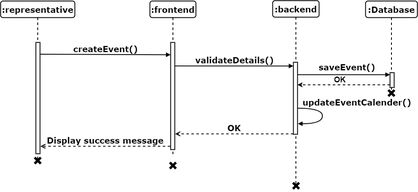
This is 21 - Sequence Diagram/5 - Post Event Sequence Diagram.drawio.png from muhammadahsanmirza/fyp-constituency-connect, a draw.io export, as it was before one commit. Source tidied: cells renumbered, new cells last; positions are measured from the earlier drawing's top-left corner, leaving out a move shared by most shapes.
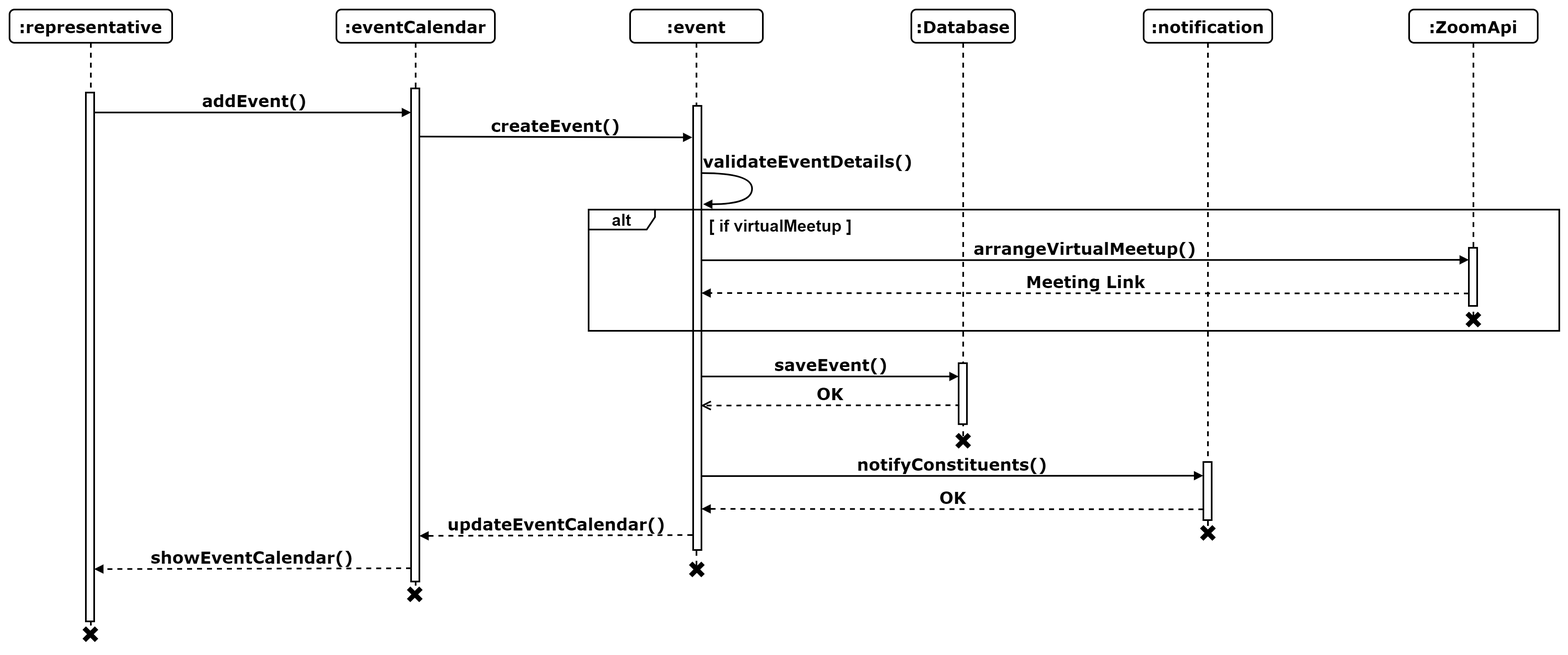
After the change.

The edit, as a diff of the source:
```diff
@@ -2,103 +2,142 @@
   <root>
     <mxCell id="0" />
     <mxCell id="1" parent="0" />
-    <mxCell id="2" value="createEvent()" style="html=1;verticalAlign=bottom;endArrow=block;entryX=0;entryY=0;labelBackgroundColor=none;fontFamily=Verdana;fontSize=20;edgeStyle=elbowEdgeStyle;elbow=vertical;strokeWidth=2;fontStyle=1;exitX=1.049;exitY=0.106;exitDx=0;exitDy=0;exitPerimeter=0;" parent="1" edge="1" source="10">
-      <mxGeometry relative="1" as="geometry">
-        <mxPoint x="410" y="131" as="targetPoint" />
-      </mxGeometry>
+    <mxCell id="2" value=":representative" style="shape=umlLifeline;perimeter=lifelinePerimeter;whiteSpace=wrap;html=1;rounded=1;shadow=0;comic=0;labelBackgroundColor=none;strokeWidth=2;fontFamily=Verdana;fontSize=20;align=center;fontStyle=1;" parent="1" vertex="1">
+      <mxGeometry x="1710" y="487" width="196" height="755" as="geometry" />
     </mxCell>
-    <mxCell id="3" value=":frontend" style="shape=umlLifeline;perimeter=lifelinePerimeter;whiteSpace=wrap;html=1;outlineConnect=0;rounded=1;shadow=0;comic=0;labelBackgroundColor=none;strokeWidth=2;fontFamily=Verdana;fontSize=20;align=center;fontStyle=1;" parent="1" vertex="1">
-      <mxGeometry x="360" y="1" width="111" height="375" as="geometry" />
+    <mxCell id="3" style="html=1;points=[];perimeter=orthogonalPerimeter;rounded=0;shadow=0;comic=0;labelBackgroundColor=none;strokeWidth=2;fontFamily=Verdana;fontSize=20;align=center;fontStyle=1;whiteSpace=wrap;" parent="2" vertex="1">
+      <mxGeometry x="92" y="100" width="10" height="637" as="geometry" />
     </mxCell>
-    <mxCell id="4" style="html=1;points=[];perimeter=orthogonalPerimeter;rounded=0;shadow=0;comic=0;labelBackgroundColor=none;strokeWidth=2;fontFamily=Verdana;fontSize=20;align=center;fontStyle=1;whiteSpace=wrap;" parent="3" vertex="1">
-      <mxGeometry x="50" y="100" width="10" height="259" as="geometry" />
+    <mxCell id="4" value=":eventCalendar" style="shape=umlLifeline;perimeter=lifelinePerimeter;whiteSpace=wrap;html=1;outlineConnect=0;rounded=1;shadow=0;comic=0;labelBackgroundColor=none;strokeWidth=2;fontFamily=Verdana;fontSize=20;align=center;fontStyle=1;" parent="1" vertex="1">
+      <mxGeometry x="2104" y="487" width="191" height="705" as="geometry" />
     </mxCell>
-    <mxCell id="5" value=":backend" style="shape=umlLifeline;perimeter=lifelinePerimeter;whiteSpace=wrap;html=1;rounded=1;shadow=0;comic=0;labelBackgroundColor=none;strokeWidth=2;fontFamily=Verdana;fontSize=20;align=center;fontStyle=1;" parent="1" vertex="1">
-      <mxGeometry x="656" width="112" height="447" as="geometry" />
+    <mxCell id="5" style="html=1;perimeter=orthogonalPerimeter;rounded=0;shadow=0;comic=0;labelBackgroundColor=none;strokeWidth=2;fontFamily=Verdana;fontSize=20;align=center;fontStyle=1;whiteSpace=wrap;" parent="4" vertex="1">
+      <mxGeometry x="90" y="95" width="10" height="594" as="geometry" />
     </mxCell>
-    <mxCell id="6" style="html=1;perimeter=orthogonalPerimeter;rounded=0;shadow=0;comic=0;labelBackgroundColor=none;strokeWidth=2;fontFamily=Verdana;fontSize=20;align=center;fontStyle=1;whiteSpace=wrap;" parent="5" vertex="1">
-      <mxGeometry x="50" y="149" width="10" height="174" as="geometry" />
+    <mxCell id="6" value="addEvent()" style="html=1;verticalAlign=bottom;endArrow=block;labelBackgroundColor=none;fontFamily=Verdana;fontSize=20;edgeStyle=elbowEdgeStyle;elbow=vertical;strokeWidth=2;fontStyle=1;" parent="1" edge="1" source="3">
+      <mxGeometry relative="1" as="geometry">
+        <mxPoint x="2194" y="610" as="targetPoint" />
+      </mxGeometry>
     </mxCell>
-    <mxCell id="7" value="validateDetails()" style="html=1;verticalAlign=bottom;endArrow=block;labelBackgroundColor=none;fontFamily=Verdana;fontSize=20;edgeStyle=elbowEdgeStyle;elbow=vertical;strokeWidth=2;fontStyle=1;exitX=0.961;exitY=0.818;exitDx=0;exitDy=0;exitPerimeter=0;" parent="5" edge="1">
+    <mxCell id="7" value="notifyConstituents()" style="html=1;verticalAlign=bottom;endArrow=block;labelBackgroundColor=none;fontFamily=Verdana;fontSize=20;edgeStyle=elbowEdgeStyle;elbow=vertical;strokeWidth=2;fontStyle=1;entryX=-0.02;entryY=0.263;entryDx=0;entryDy=0;entryPerimeter=0;" parent="1" edge="1">
       <mxGeometry relative="1" as="geometry">
-        <mxPoint x="-236.4" y="157.9" as="sourcePoint" />
-        <mxPoint x="50" y="157" as="targetPoint" />
+        <mxPoint x="2544" y="1049" as="sourcePoint" />
+        <mxPoint x="3148.8" y="1050.4" as="targetPoint" />
       </mxGeometry>
     </mxCell>
-    <mxCell id="8" value=":Database" style="shape=umlLifeline;perimeter=lifelinePerimeter;whiteSpace=wrap;html=1;rounded=1;shadow=0;comic=0;labelBackgroundColor=none;strokeWidth=2;fontFamily=Verdana;fontSize=20;align=center;fontStyle=1;" parent="1" vertex="1">
-      <mxGeometry x="880" y="1" width="125" height="214" as="geometry" />
+    <mxCell id="8" value="OK" style="html=1;verticalAlign=bottom;endArrow=open;dashed=1;endSize=8;labelBackgroundColor=none;fontFamily=Verdana;fontSize=20;edgeStyle=elbowEdgeStyle;elbow=vertical;strokeWidth=2;fontStyle=1;exitX=0.215;exitY=0.843;exitDx=0;exitDy=0;exitPerimeter=0;entryX=0.916;entryY=0.866;entryDx=0;entryDy=0;entryPerimeter=0;" parent="1" edge="1">
+      <mxGeometry relative="1" as="geometry">
+        <mxPoint x="2856.1" y="963.6" as="sourcePoint" />
+        <mxPoint x="2543.2" y="964.1" as="targetPoint" />
+        <Array as="points">
+          <mxPoint x="2698" y="964" />
+        </Array>
+      </mxGeometry>
     </mxCell>
-    <mxCell id="9" value=":representative" style="shape=umlLifeline;perimeter=lifelinePerimeter;whiteSpace=wrap;html=1;rounded=1;shadow=0;comic=0;labelBackgroundColor=none;strokeWidth=2;fontFamily=Verdana;fontSize=20;align=center;fontStyle=1;" parent="1" vertex="1">
-      <mxGeometry y="1" width="179" height="381" as="geometry" />
+    <mxCell id="9" value=":event" style="shape=umlLifeline;perimeter=lifelinePerimeter;whiteSpace=wrap;html=1;rounded=1;shadow=0;comic=0;labelBackgroundColor=none;strokeWidth=2;fontFamily=Verdana;fontSize=20;align=center;fontStyle=1;" parent="1" vertex="1">
+      <mxGeometry x="2458" y="487" width="160" height="676" as="geometry" />
     </mxCell>
     <mxCell id="10" style="html=1;points=[];perimeter=orthogonalPerimeter;rounded=0;shadow=0;comic=0;labelBackgroundColor=none;strokeWidth=2;fontFamily=Verdana;fontSize=20;align=center;fontStyle=1;whiteSpace=wrap;" parent="9" vertex="1">
-      <mxGeometry x="85" y="100" width="10" height="269" as="geometry" />
+      <mxGeometry x="76" y="116" width="10" height="535" as="geometry" />
     </mxCell>
-    <mxCell id="11" style="html=1;perimeter=orthogonalPerimeter;rounded=0;shadow=0;comic=0;labelBackgroundColor=none;strokeWidth=2;fontFamily=Verdana;fontSize=20;align=center;fontStyle=1;whiteSpace=wrap;" parent="1" vertex="1">
-      <mxGeometry x="939" y="174" width="10" height="36" as="geometry" />
+    <mxCell id="11" value="saveEvent()" style="html=1;verticalAlign=bottom;endArrow=block;labelBackgroundColor=none;fontFamily=Verdana;fontSize=20;edgeStyle=elbowEdgeStyle;elbow=horizontal;strokeWidth=2;fontStyle=1;" parent="1" edge="1">
+      <mxGeometry relative="1" as="geometry">
+        <mxPoint x="2545" y="929" as="sourcePoint" />
+        <mxPoint x="2854" y="929" as="targetPoint" />
+        <Array as="points">
+          <mxPoint x="2709" y="929" />
+        </Array>
+      </mxGeometry>
     </mxCell>
-    <mxCell id="12" value="saveEvent()" style="html=1;verticalAlign=bottom;endArrow=block;labelBackgroundColor=none;fontFamily=Verdana;fontSize=20;edgeStyle=elbowEdgeStyle;elbow=vertical;strokeWidth=2;fontStyle=1;" parent="1" edge="1">
-      <mxGeometry x="0.06" y="4" relative="1" as="geometry">
-        <mxPoint x="716" y="179" as="sourcePoint" />
-        <mxPoint x="939" y="179" as="targetPoint" />
-        <Array as="points">
-          <mxPoint x="878" y="179" />
-        </Array>
-      </mxGeometry>
+    <mxCell id="12" value=":notification" style="shape=umlLifeline;perimeter=lifelinePerimeter;whiteSpace=wrap;html=1;rounded=1;shadow=0;comic=0;labelBackgroundColor=none;strokeWidth=2;fontFamily=Verdana;fontSize=20;align=center;fontStyle=1;" parent="1" vertex="1">
+      <mxGeometry x="3077" y="487" width="155" height="632" as="geometry" />
     </mxCell>
-    <mxCell id="13" style="shape=cross;whiteSpace=wrap;html=1;fillColor=#000000;rotation=45;strokeWidth=2;fontSize=20;" parent="1" vertex="1">
-      <mxGeometry x="406" y="389" width="19" height="19" as="geometry" />
+    <mxCell id="13" style="group;" parent="1" vertex="1">
+      <mxGeometry x="2797" y="487" width="125" height="522" as="geometry" />
     </mxCell>
-    <mxCell id="14" style="shape=cross;whiteSpace=wrap;html=1;fillColor=#000000;rotation=45;strokeWidth=2;fontSize=20;" parent="1" vertex="1">
-      <mxGeometry x="80" y="377" width="19" height="19" as="geometry" />
+    <mxCell id="14" value=":Database" style="shape=umlLifeline;perimeter=lifelinePerimeter;whiteSpace=wrap;html=1;rounded=1;shadow=0;comic=0;labelBackgroundColor=none;strokeWidth=2;fontFamily=Verdana;fontSize=20;align=center;fontStyle=1;" parent="13" vertex="1">
+      <mxGeometry width="125" height="522" as="geometry" />
     </mxCell>
-    <mxCell id="15" style="shape=cross;whiteSpace=wrap;html=1;fillColor=#000000;rotation=45;strokeWidth=2;fontSize=20;" parent="1" vertex="1">
-      <mxGeometry x="932.9" y="213.9" width="19" height="19" as="geometry" />
+    <mxCell id="15" style="html=1;perimeter=orthogonalPerimeter;rounded=0;shadow=0;comic=0;labelBackgroundColor=none;strokeWidth=2;fontFamily=Verdana;fontSize=20;align=center;fontStyle=1;whiteSpace=wrap;" parent="13" vertex="1">
+      <mxGeometry x="57" y="426" width="10" height="73.4" as="geometry" />
     </mxCell>
-    <mxCell id="16" style="shape=cross;whiteSpace=wrap;html=1;fillColor=#000000;rotation=45;strokeWidth=2;fontSize=20;" parent="1" vertex="1">
-      <mxGeometry x="702.9" y="437.9" width="19" height="19" as="geometry" />
+    <mxCell id="16" style="html=1;perimeter=orthogonalPerimeter;rounded=0;shadow=0;comic=0;labelBackgroundColor=none;strokeWidth=2;fontFamily=Verdana;fontSize=20;align=center;fontStyle=1;whiteSpace=wrap;" parent="1" vertex="1">
+      <mxGeometry x="3149" y="1032" width="10" height="70" as="geometry" />
     </mxCell>
-    <mxCell id="17" style="group;" parent="1" vertex="1">
-      <mxGeometry x="716" y="174" width="223" height="35" as="geometry" />
+    <mxCell id="17" value="createEvent()" style="html=1;verticalAlign=bottom;endArrow=block;labelBackgroundColor=none;fontFamily=Verdana;fontSize=20;edgeStyle=elbowEdgeStyle;elbow=vertical;strokeWidth=2;fontStyle=1;" parent="1" edge="1">
+      <mxGeometry relative="1" as="geometry">
+        <mxPoint x="2204" y="640" as="sourcePoint" />
+        <mxPoint x="2533" y="640" as="targetPoint" />
+      </mxGeometry>
     </mxCell>
-    <mxCell id="18" style="edgeStyle=orthogonalEdgeStyle;rounded=0;orthogonalLoop=1;jettySize=auto;html=1;entryX=1;entryY=0.259;entryDx=0;entryDy=0;entryPerimeter=0;strokeWidth=2;dashed=1;" parent="17" edge="1">
-      <mxGeometry relative="1" as="geometry">
-        <mxPoint x="223" y="29.4" as="sourcePoint" />
-        <mxPoint y="29.4" as="targetPoint" />
+    <mxCell id="18" value="validateEventDetails()" style="html=1;verticalAlign=bottom;endArrow=block;labelBackgroundColor=none;fontFamily=Verdana;fontSize=20;elbow=vertical;edgeStyle=orthogonalEdgeStyle;curved=1;exitX=1;exitY=0.14;exitPerimeter=0;strokeWidth=2;fontStyle=1;exitDx=0;exitDy=0;entryX=1.099;entryY=0.303;entryDx=0;entryDy=0;entryPerimeter=0;" parent="1" edge="1">
+      <mxGeometry x="-0.23" y="67" relative="1" as="geometry">
+        <mxPoint x="2545" y="684" as="sourcePoint" />
+        <mxPoint x="2546" y="721.5" as="targetPoint" />
         <Array as="points">
-          <mxPoint x="112" y="29" />
+          <mxPoint x="2605" y="683.8" />
+          <mxPoint x="2605" y="721.8" />
         </Array>
       </mxGeometry>
     </mxCell>
-    <mxCell id="19" value="&lt;b&gt;&lt;font style=&quot;font-size: 19px;&quot;&gt;OK&lt;/font&gt;&lt;/b&gt;" style="text;html=1;align=center;verticalAlign=middle;strokeColor=none;fillColor=none;" parent="17" vertex="1">
-      <mxGeometry x="78" width="47" height="35" as="geometry" />
+    <mxCell id="19" value="OK" style="html=1;verticalAlign=bottom;endArrow=block;labelBackgroundColor=none;fontFamily=Verdana;fontSize=20;edgeStyle=elbowEdgeStyle;elbow=vertical;strokeWidth=2;fontStyle=1;entryX=-0.02;entryY=0.263;entryDx=0;entryDy=0;entryPerimeter=0;dashed=1;" parent="1" edge="1">
+      <mxGeometry relative="1" as="geometry">
+        <mxPoint x="3149" y="1089" as="sourcePoint" />
+        <mxPoint x="2544" y="1090" as="targetPoint" />
+      </mxGeometry>
     </mxCell>
-    <mxCell id="20" value="OK" style="html=1;verticalAlign=bottom;endArrow=open;dashed=1;endSize=8;labelBackgroundColor=none;fontFamily=Verdana;fontSize=20;edgeStyle=elbowEdgeStyle;elbow=vertical;strokeWidth=2;fontStyle=1;entryX=1.1;entryY=0.857;entryDx=0;entryDy=0;entryPerimeter=0;" parent="1" edge="1" target="4">
+    <mxCell id="20" value="updateEventCalendar()" style="html=1;verticalAlign=bottom;endArrow=block;labelBackgroundColor=none;fontFamily=Verdana;fontSize=20;edgeStyle=elbowEdgeStyle;elbow=vertical;strokeWidth=2;fontStyle=1;dashed=1;" parent="1" edge="1">
       <mxGeometry relative="1" as="geometry">
-        <mxPoint x="706" y="322" as="sourcePoint" />
-        <Array as="points">
-          <mxPoint x="421" y="322" />
-        </Array>
+        <mxPoint x="2533" y="1120" as="sourcePoint" />
+        <mxPoint x="2204" y="1120" as="targetPoint" />
       </mxGeometry>
     </mxCell>
-    <mxCell id="21" value="updateEventCalender()" style="html=1;verticalAlign=bottom;endArrow=block;labelBackgroundColor=none;fontFamily=Verdana;fontSize=20;elbow=vertical;edgeStyle=orthogonalEdgeStyle;curved=1;exitX=1;exitY=0.14;exitPerimeter=0;strokeWidth=2;fontStyle=1;exitDx=0;exitDy=0;entryX=1.099;entryY=0.303;entryDx=0;entryDy=0;entryPerimeter=0;" parent="1" edge="1">
-      <mxGeometry x="-0.23" y="83" relative="1" as="geometry">
-        <mxPoint x="716" y="260" as="sourcePoint" />
-        <mxPoint x="717" y="297.5" as="targetPoint" />
-        <Array as="points">
-          <mxPoint x="776" y="259.8" />
-          <mxPoint x="776" y="297.8" />
-        </Array>
+    <mxCell id="21" value="showEventCalendar()" style="html=1;verticalAlign=bottom;endArrow=block;labelBackgroundColor=none;fontFamily=Verdana;fontSize=20;edgeStyle=elbowEdgeStyle;elbow=vertical;strokeWidth=2;fontStyle=1;dashed=1;" parent="1" edge="1">
+      <mxGeometry relative="1" as="geometry">
+        <mxPoint x="2194" y="1160" as="sourcePoint" />
+        <mxPoint x="1812" y="1160" as="targetPoint" />
       </mxGeometry>
     </mxCell>
-    <mxCell id="22" value="Display success message" style="html=1;verticalAlign=bottom;endArrow=open;dashed=1;endSize=8;labelBackgroundColor=none;fontFamily=Verdana;fontSize=20;edgeStyle=elbowEdgeStyle;elbow=vertical;strokeWidth=2;fontStyle=1;" parent="1" edge="1">
-      <mxGeometry relative="1" as="geometry">
-        <mxPoint x="409" y="352" as="sourcePoint" />
-        <mxPoint x="96" y="352" as="targetPoint" />
-        <Array as="points">
-          <mxPoint x="378" y="352" />
-        </Array>
-      </mxGeometry>
+    <mxCell id="22" value=":ZoomApi" style="shape=umlLifeline;perimeter=lifelinePerimeter;whiteSpace=wrap;html=1;rounded=1;shadow=0;comic=0;labelBackgroundColor=none;strokeWidth=2;fontFamily=Verdana;fontSize=20;align=center;fontStyle=1;" parent="1" vertex="1">
+      <mxGeometry x="3397" y="487" width="155" height="370" as="geometry" />
     </mxCell>
+    <mxCell id="23" value="alt" style="shape=umlFrame;whiteSpace=wrap;html=1;strokeWidth=2;fontSize=20;fontStyle=1;width=80;height=24;" parent="1" vertex="1">
+      <mxGeometry x="2408" y="728" width="1170" height="146" as="geometry" />
+    </mxCell>
+    <mxCell id="24" value="&lt;font style=&quot;font-size: 20px;&quot;&gt;&lt;b&gt;[ if virtualMeetup ]&lt;/b&gt;&lt;/font&gt;" style="text;html=1;align=center;verticalAlign=middle;strokeColor=none;fillColor=none;" parent="1" vertex="1">
+      <mxGeometry x="2544" y="729" width="190" height="36" as="geometry" />
+    </mxCell>
+    <mxCell id="25" value="arrangeVirtualMeetup()" style="html=1;verticalAlign=bottom;endArrow=block;labelBackgroundColor=none;fontFamily=Verdana;fontSize=20;edgeStyle=elbowEdgeStyle;elbow=vertical;strokeWidth=2;fontStyle=1;" parent="1" edge="1" target="26">
+      <mxGeometry relative="1" as="geometry">
+        <mxPoint x="2544" y="789" as="sourcePoint" />
+      </mxGeometry>
+    </mxCell>
+    <mxCell id="26" style="html=1;points=[];perimeter=orthogonalPerimeter;rounded=0;shadow=0;comic=0;labelBackgroundColor=none;strokeWidth=2;fontFamily=Verdana;fontSize=20;align=center;fontStyle=1;whiteSpace=wrap;" parent="1" vertex="1">
+      <mxGeometry x="3469" y="774" width="10" height="70" as="geometry" />
+    </mxCell>
+    <mxCell id="27" value="Meeting Link" style="html=1;verticalAlign=bottom;endArrow=block;labelBackgroundColor=none;fontFamily=Verdana;fontSize=20;edgeStyle=elbowEdgeStyle;elbow=vertical;strokeWidth=2;fontStyle=1;dashed=1;" parent="1" edge="1">
+      <mxGeometry relative="1" as="geometry">
+        <mxPoint x="3469" y="829" as="sourcePoint" />
+        <mxPoint x="2544" y="829" as="targetPoint" />
+      </mxGeometry>
+    </mxCell>
+    <mxCell id="28" style="shape=cross;whiteSpace=wrap;html=1;fillColor=#000000;rotation=45;strokeWidth=2;fontSize=20;" parent="1" vertex="1">
+      <mxGeometry x="2849.9" y="996.9" width="19" height="19" as="geometry" />
+    </mxCell>
+    <mxCell id="29" style="shape=cross;whiteSpace=wrap;html=1;fillColor=#000000;rotation=45;strokeWidth=2;fontSize=20;" parent="1" vertex="1">
+      <mxGeometry x="2528.9" y="1151.9" width="19" height="19" as="geometry" />
+    </mxCell>
+    <mxCell id="30" style="shape=cross;whiteSpace=wrap;html=1;fillColor=#000000;rotation=45;strokeWidth=2;fontSize=20;" parent="1" vertex="1">
+      <mxGeometry x="2188.9" y="1181.9" width="19" height="19" as="geometry" />
+    </mxCell>
+    <mxCell id="31" style="shape=cross;whiteSpace=wrap;html=1;fillColor=#000000;rotation=45;strokeWidth=2;fontSize=20;" parent="1" vertex="1">
+      <mxGeometry x="1797.9" y="1229.9" width="19" height="19" as="geometry" />
+    </mxCell>
+    <mxCell id="32" style="shape=cross;whiteSpace=wrap;html=1;fillColor=#000000;rotation=45;strokeWidth=2;fontSize=20;" parent="1" vertex="1">
+      <mxGeometry x="3144.9" y="1107.9" width="19" height="19" as="geometry" />
+    </mxCell>
+    <mxCell id="33" style="shape=cross;whiteSpace=wrap;html=1;fillColor=#000000;rotation=45;strokeWidth=2;fontSize=20;" parent="1" vertex="1">
+      <mxGeometry x="3464.9" y="850.9" width="19" height="19" as="geometry" />
+    </mxCell>
   </root>
 </mxGraphModel>
```
